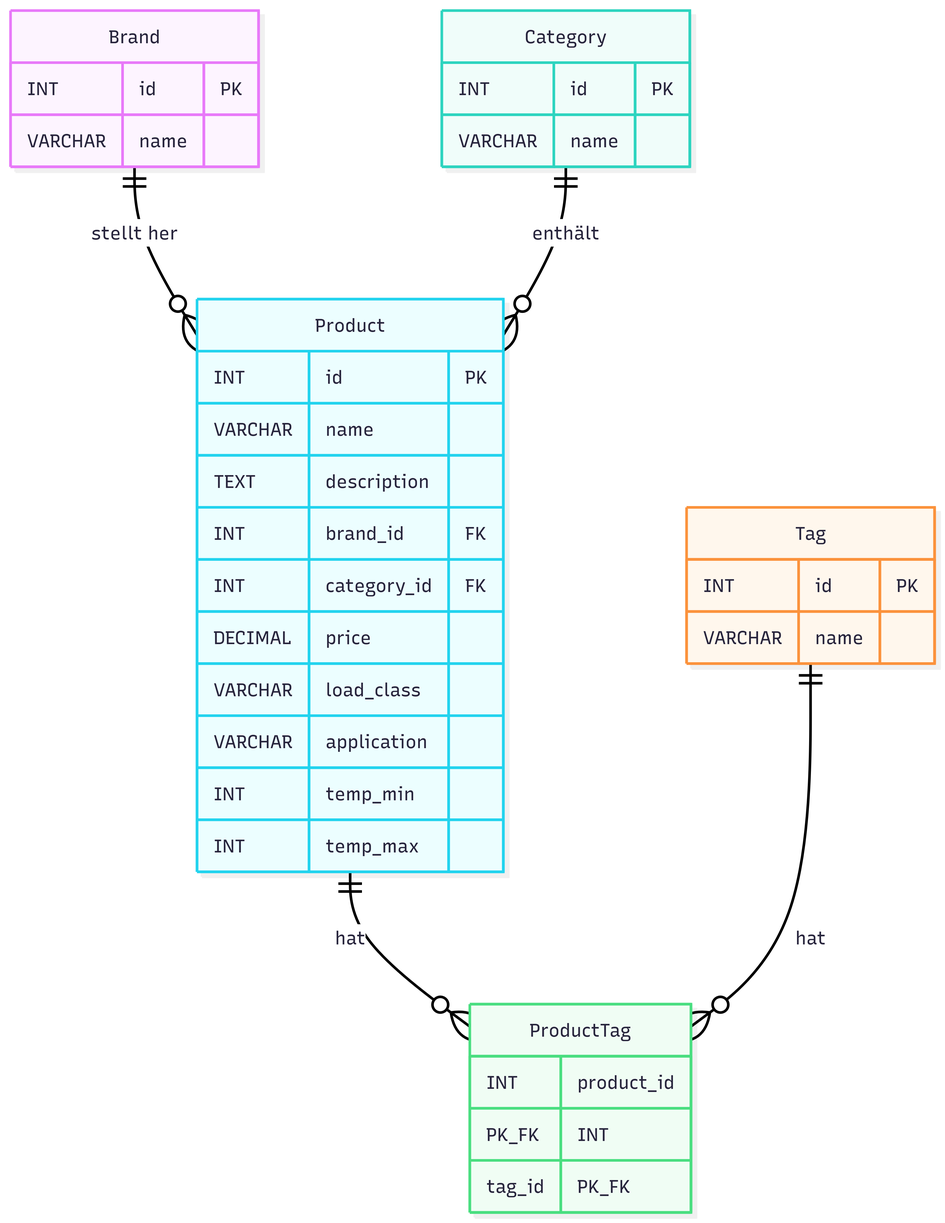
Above: abgabe/Teil_1/ER-Diagramm.png in kacper1717/kacper1717-24ITA_Datenbanken_Braun_Pawlowski_Rottler (Mermaid), before the change. Its source is kept beside it as abgabe/Teil_1/ER-Diagramm.mmd.
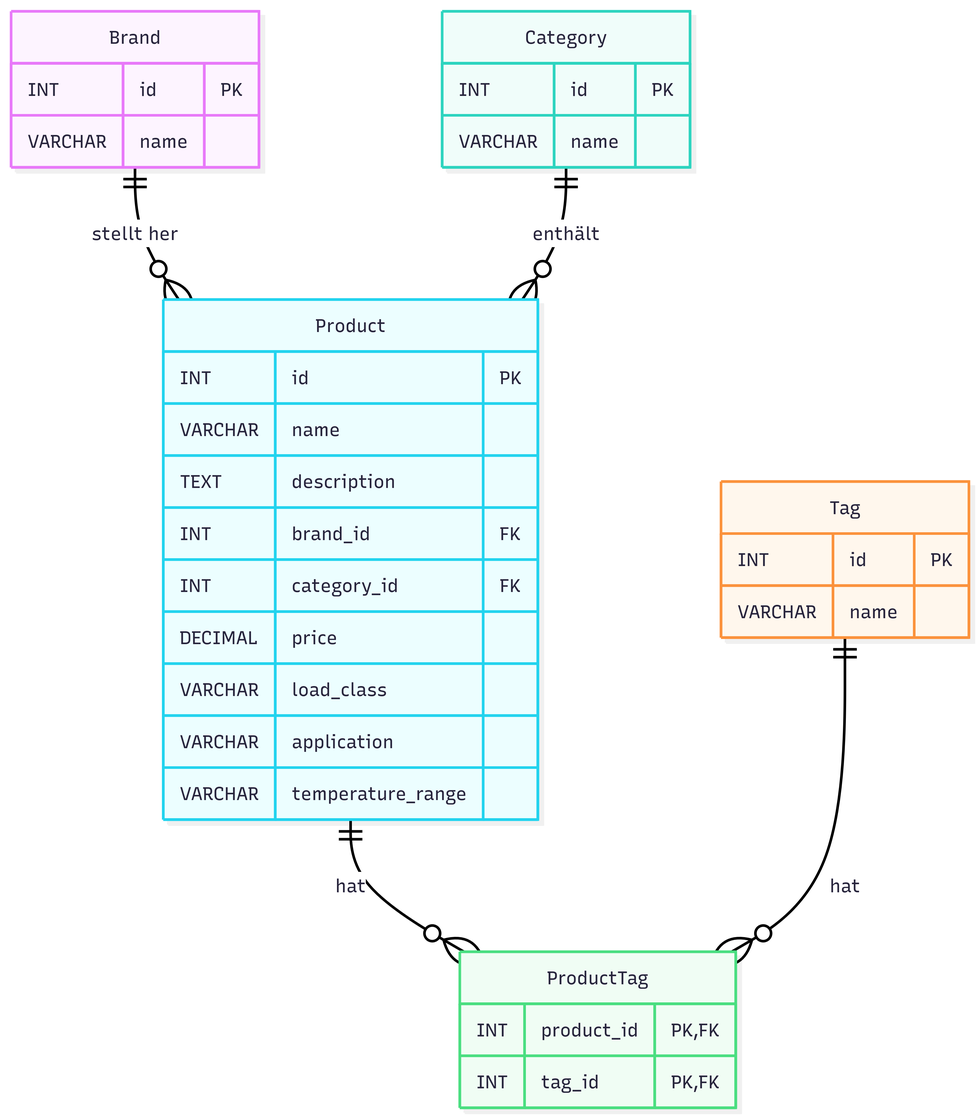
Above is the later version.

Commit message:
back to temperature_range, this way is easier. , fixed mermaid code (PK_FK wasn't a valid expression)

The edit, as a diff of the source:
```diff
@@ -20,12 +20,11 @@
         DECIMAL price
         VARCHAR load_class
         VARCHAR application
-        INT temp_min
-        INT temp_max
+        VARCHAR temperature_range
     }
     ProductTag {
-        INT product_id PK_FK
-        INT tag_id PK_FK
+        INT product_id PK, FK
+        INT tag_id PK, FK
     }
 
     Brand    ||--o{ Product    : "stellt her"
```
